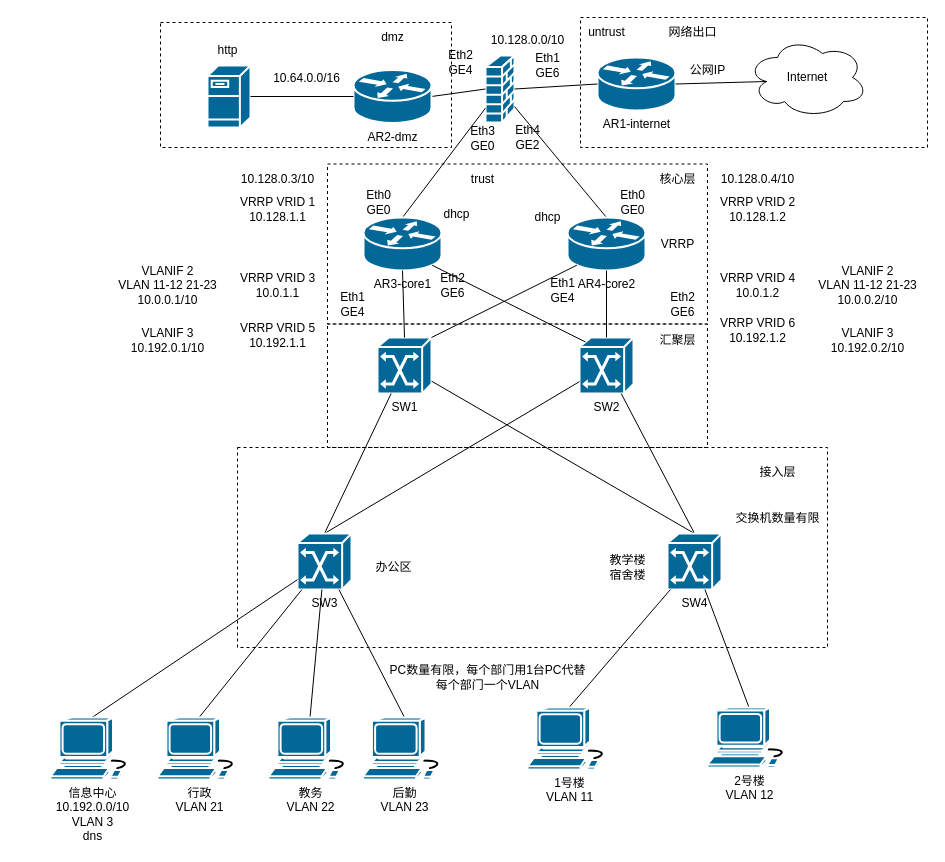
Earlier version of the draw.io diagram ne24.drawio (HPLZH/draw). Source tidied: cells renumbered, new cells numbered last; positions are measured from the earlier drawing's top-left corner, leaving out a move shared by most shapes. Both pictures are drawn from the tidied source at 100%, with x=0, y=0 at pixel (50, 17).
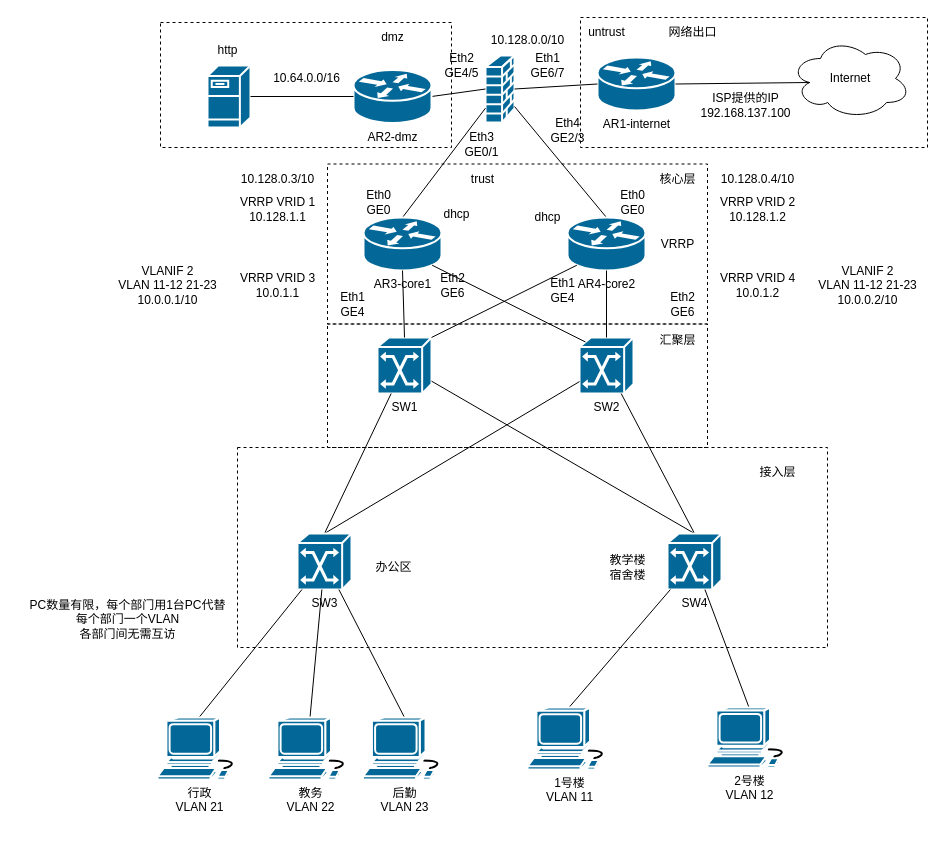
After the change.

Unchanged cells that the change refers to:
```xml
<mxCell id="27" value="SW3" style="shape=mxgraph.cisco.switches.atm_switch;sketch=0;html=1;dashed=0;fillColor=#036897;strokeColor=#ffffff;strokeWidth=2;verticalLabelPosition=bottom;verticalAlign=top;align=center;outlineConnect=0;" parent="1" vertex="1">
  <mxGeometry x="247" y="516" width="54" height="56" as="geometry" />
</mxCell>
```

Diff of the diagram source:
```diff
@@
     <mxCell id="8" value="Internet" style="ellipse;shape=cloud;whiteSpace=wrap;html=1;" parent="1" vertex="1">
-      <mxGeometry x="697" y="20" width="120" height="80" as="geometry" />
+      <mxGeometry x="740" y="21" width="120" height="80" as="geometry" />
     </mxCell>
@@
-    <mxCell id="48" value="交换机数量有限" style="text;html=1;align=center;verticalAlign=middle;strokeColor=none;fillColor=none;" parent="1" vertex="1">
-      <mxGeometry x="672" y="486" width="110" height="30" as="geometry" />
-    </mxCell>
-    <mxCell id="49" value="PC数量有限，每个部门用1台PC代替&lt;div&gt;每个部门一个VLAN&lt;/div&gt;" style="text;html=1;align=center;verticalAlign=middle;strokeColor=none;fillColor=none;" parent="1" vertex="1">
-      <mxGeometry x="327" y="640" width="220" height="40" as="geometry" />
+    <mxCell id="49" value="PC数量有限，每个部门用1台PC代替&lt;div&gt;&lt;div&gt;每个部门一个VLAN&lt;/div&gt;&lt;/div&gt;&lt;div&gt;各部门间无需互访&lt;/div&gt;" style="text;html=1;align=center;verticalAlign=middle;strokeColor=none;fillColor=none;" parent="1" vertex="1">
+      <mxGeometry x="-33" y="572" width="220" height="60" as="geometry" />
     </mxCell>
@@
-    <mxCell id="54" value="公网IP" style="text;html=1;align=center;verticalAlign=middle;strokeColor=none;fillColor=none;" parent="1" vertex="1">
-      <mxGeometry x="627" y="38" width="60" height="30" as="geometry" />
+    <mxCell id="54" value="ISP提供的IP&lt;div&gt;192.168.137.100&lt;/div&gt;" style="text;html=1;align=center;verticalAlign=middle;strokeColor=none;fillColor=none;" parent="1" vertex="1">
+      <mxGeometry x="640" y="68" width="110" height="40" as="geometry" />
     </mxCell>
@@
-    <mxCell id="66" value="&lt;div&gt;Eth3&lt;/div&gt;GE0" style="text;html=1;align=center;verticalAlign=middle;strokeColor=none;fillColor=none;" parent="1" vertex="1">
-      <mxGeometry x="406.5" y="100.5" width="50" height="40" as="geometry" />
+    <mxCell id="66" value="&lt;div&gt;Eth3&lt;/div&gt;GE0/1" style="text;html=1;align=center;verticalAlign=middle;strokeColor=none;fillColor=none;" parent="1" vertex="1">
+      <mxGeometry x="401" y="106.5" width="60" height="40" as="geometry" />
     </mxCell>
-    <mxCell id="67" value="&lt;div&gt;Eth4&lt;/div&gt;GE2" style="text;html=1;align=center;verticalAlign=middle;strokeColor=none;fillColor=none;" parent="1" vertex="1">
-      <mxGeometry x="452" y="100" width="50" height="40" as="geometry" />
+    <mxCell id="67" value="&lt;div&gt;Eth4&lt;/div&gt;GE2/3" style="text;html=1;align=center;verticalAlign=middle;strokeColor=none;fillColor=none;" parent="1" vertex="1">
+      <mxGeometry x="486.5" y="93" width="60" height="40" as="geometry" />
     </mxCell>
-    <mxCell id="68" value="&lt;div&gt;Eth2&lt;/div&gt;GE4" style="text;html=1;align=center;verticalAlign=middle;strokeColor=none;fillColor=none;" parent="1" vertex="1">
-      <mxGeometry x="385" y="25" width="50" height="40" as="geometry" />
+    <mxCell id="68" value="&lt;div&gt;Eth2&lt;/div&gt;GE4/5" style="text;html=1;align=center;verticalAlign=middle;strokeColor=none;fillColor=none;" parent="1" vertex="1">
+      <mxGeometry x="381" y="28" width="60" height="40" as="geometry" />
     </mxCell>
-    <mxCell id="69" value="&lt;div&gt;Eth1&lt;/div&gt;GE6" style="text;html=1;align=center;verticalAlign=middle;strokeColor=none;fillColor=none;" parent="1" vertex="1">
-      <mxGeometry x="472" y="28" width="50" height="40" as="geometry" />
+    <mxCell id="69" value="&lt;div&gt;Eth1&lt;/div&gt;GE6/7" style="text;html=1;align=center;verticalAlign=middle;strokeColor=none;fillColor=none;" parent="1" vertex="1">
+      <mxGeometry x="467" y="28" width="60" height="40" as="geometry" />
     </mxCell>
@@
-    <mxCell id="78" style="rounded=0;jettySize=auto;html=1;exitX=0.5;exitY=0;exitDx=0;exitDy=0;exitPerimeter=0;endArrow=none;endFill=0;" parent="1" edge="1" source="79" target="27">
-      <mxGeometry relative="1" as="geometry" />
-    </mxCell>
-    <mxCell id="79" value="&lt;div&gt;信息中心&lt;/div&gt;&lt;div&gt;10.192.0.0/10&lt;/div&gt;&lt;div&gt;VLAN 3&lt;/div&gt;&lt;div&gt;dns&lt;/div&gt;" style="shape=mxgraph.cisco.computers_and_peripherals.workstation;sketch=0;html=1;dashed=0;fillColor=#036897;strokeColor=#ffffff;strokeWidth=2;verticalLabelPosition=bottom;verticalAlign=top;align=center;outlineConnect=0;" parent="1" vertex="1">
-      <mxGeometry y="700" width="83" height="62" as="geometry" />
-    </mxCell>
-    <mxCell id="80" value="VLANIF 3&lt;div&gt;10.192.0.1/10&lt;/div&gt;" style="text;html=1;align=center;verticalAlign=middle;strokeColor=none;fillColor=none;" parent="1" vertex="1">
-      <mxGeometry x="67" y="303" width="100" height="40" as="geometry" />
-    </mxCell>
-    <mxCell id="81" value="VLANIF 3&lt;div&gt;10.192.0.2/10&lt;/div&gt;" style="text;html=1;align=center;verticalAlign=middle;strokeColor=none;fillColor=none;" parent="1" vertex="1">
-      <mxGeometry x="767" y="303" width="100" height="40" as="geometry" />
-    </mxCell>
-    <mxCell id="82" value="VRRP VRID 5&lt;div&gt;10.192.1.1&lt;/div&gt;" style="text;html=1;align=center;verticalAlign=middle;strokeColor=none;fillColor=none;" parent="1" vertex="1">
-      <mxGeometry x="177" y="298" width="100" height="40" as="geometry" />
-    </mxCell>
-    <mxCell id="83" value="VRRP VRID 6&lt;div&gt;10.192.1.2&lt;/div&gt;" style="text;html=1;align=center;verticalAlign=middle;strokeColor=none;fillColor=none;" parent="1" vertex="1">
-      <mxGeometry x="657" y="293" width="100" height="40" as="geometry" />
-    </mxCell>
```
